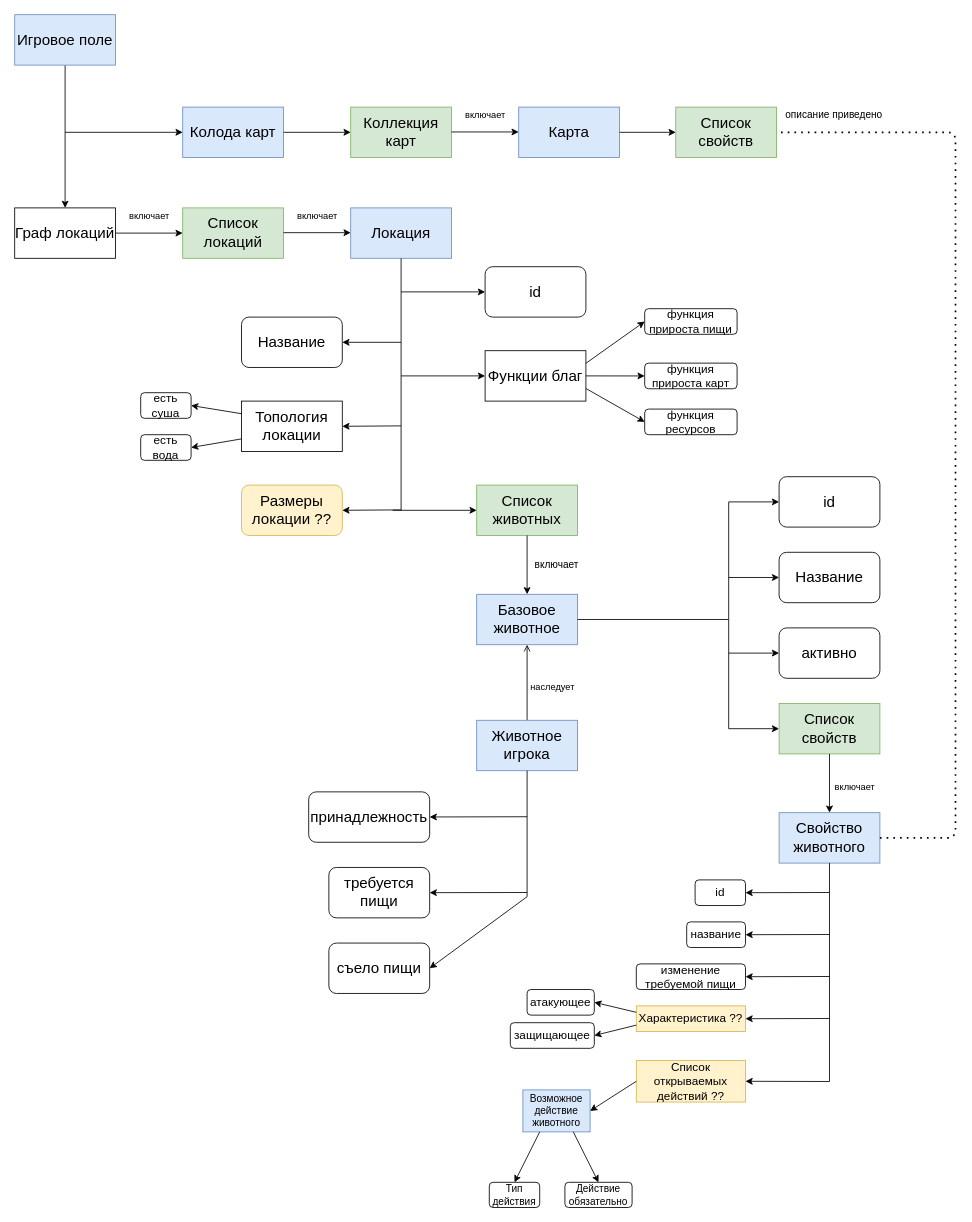
The draw.io diagram docs/utils/struct.drawio in Upgrowth-project/FieldManager, before the edit. Source tidied: cells renumbered, new cells numbered last; positions are measured from the earlier drawing's top-left corner, leaving out a move shared by most shapes. Both pictures are drawn from the tidied source at 84%, with x=0, y=0 at pixel (14, 14).
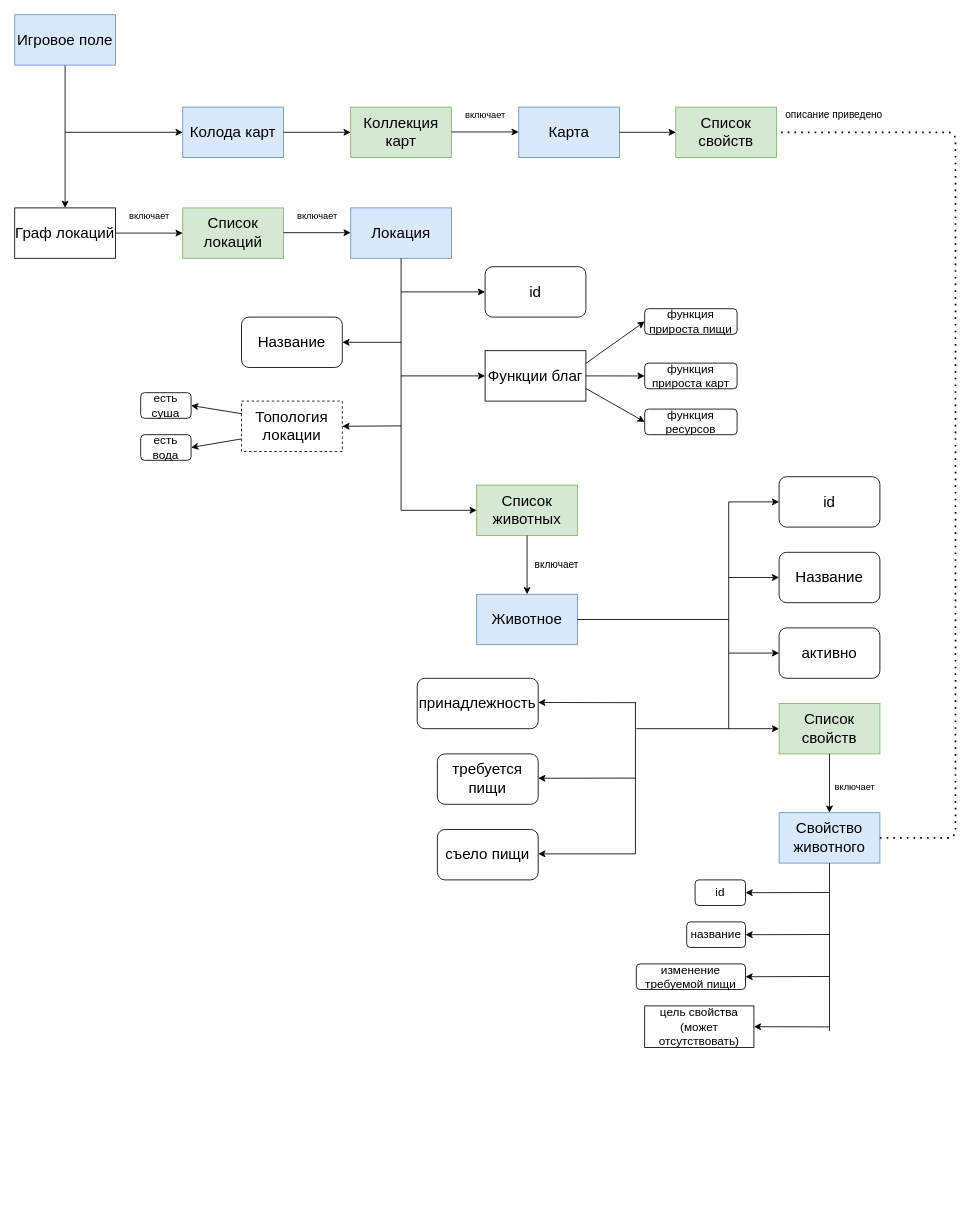
The same page after the edit.

The change refers to these unchanged cells:
```xml
<mxCell id="28" value="&lt;font style=&quot;font-size: 18px&quot;&gt;Список животных&lt;/font&gt;" style="rounded=0;whiteSpace=wrap;html=1;fillColor=#d5e8d4;strokeColor=#82b366;" parent="1" vertex="1">
  <mxGeometry x="550" y="560" width="120" height="60" as="geometry" />
</mxCell>
<mxCell id="44" value="&lt;font style=&quot;font-size: 18px&quot;&gt;Свойство животного&lt;/font&gt;" style="rounded=0;whiteSpace=wrap;html=1;fillColor=#dae8fc;strokeColor=#6c8ebf;" parent="1" vertex="1">
  <mxGeometry x="910" y="950" width="120" height="60" as="geometry" />
</mxCell>
```

What changed in the source:
```diff
@@
-    <mxCell id="12" value="&lt;font style=&quot;font-size: 18px&quot;&gt;Топология локации&lt;/font&gt;" style="rounded=0;whiteSpace=wrap;html=1;glass=0;" parent="1" vertex="1">
+    <mxCell id="12" value="&lt;font style=&quot;font-size: 18px&quot;&gt;Топология локации&lt;/font&gt;" style="rounded=0;whiteSpace=wrap;html=1;glass=0;dashed=1;" parent="1" vertex="1">
       <mxGeometry x="270" y="460" width="120" height="60" as="geometry" />
     </mxCell>
@@
-    <mxCell id="18" value="&lt;font style=&quot;font-size: 18px&quot;&gt;Размеры локации ??&lt;/font&gt;" style="rounded=1;whiteSpace=wrap;html=1;glass=0;fillColor=#fff2cc;strokeColor=#d6b656;" parent="1" vertex="1">
-      <mxGeometry x="270" y="560" width="120" height="60" as="geometry" />
-    </mxCell>
-    <mxCell id="19" style="endArrow=classic;html=1;entryX=1;entryY=0.5;entryDx=0;entryDy=0;" parent="1" edge="1">
-      <mxGeometry relative="1" as="geometry">
-        <mxPoint x="460" y="589.5" as="sourcePoint" />
-        <mxPoint x="390" y="590" as="targetPoint" />
-      </mxGeometry>
-    </mxCell>
@@
     <mxCell id="29" style="endArrow=classic;html=1;entryX=0;entryY=0.5;entryDx=0;entryDy=0;" parent="1" edge="1" target="28">
       <mxGeometry relative="1" as="geometry">
-        <mxPoint x="450" y="590" as="sourcePoint" />
+        <mxPoint x="460" y="590" as="sourcePoint" />
       </mxGeometry>
     </mxCell>
@@
-    <mxCell id="32" value="&lt;font style=&quot;font-size: 18px&quot;&gt;Базовое животное&lt;/font&gt;" style="rounded=0;whiteSpace=wrap;html=1;fillColor=#dae8fc;strokeColor=#6c8ebf;" parent="1" vertex="1">
+    <mxCell id="32" value="&lt;font style=&quot;font-size: 18px&quot;&gt;Животное&lt;/font&gt;" style="rounded=0;whiteSpace=wrap;html=1;fillColor=#dae8fc;strokeColor=#6c8ebf;" parent="1" vertex="1">
       <mxGeometry x="550" y="690" width="120" height="60" as="geometry" />
     </mxCell>
@@
     <mxCell id="45" style="endArrow=none;html=1;entryX=0.5;entryY=1;entryDx=0;entryDy=0;" parent="1" edge="1" target="44">
       <mxGeometry relative="1" as="geometry">
-        <mxPoint x="970" y="1270" as="sourcePoint" />
+        <mxPoint x="970" y="1210" as="sourcePoint" />
       </mxGeometry>
     </mxCell>
@@
-    <mxCell id="52" value="&lt;font style=&quot;font-size: 14px&quot;&gt;Характеристика ??&lt;/font&gt;" style="rounded=0;whiteSpace=wrap;html=1;fillColor=#fff2cc;strokeColor=#d6b656;" parent="1" vertex="1">
-      <mxGeometry x="740" y="1180" width="130" height="30.5" as="geometry" />
-    </mxCell>
-    <mxCell id="53" style="endArrow=classic;html=1;entryX=1;entryY=0.5;entryDx=0;entryDy=0;" parent="1" edge="1" target="52">
-      <mxGeometry relative="1" as="geometry">
-        <mxPoint x="970" y="1195" as="sourcePoint" />
-      </mxGeometry>
-    </mxCell>
-    <mxCell id="54" value="&lt;span style=&quot;font-size: 14px&quot;&gt;атакующее&lt;/span&gt;" style="rounded=1;whiteSpace=wrap;html=1;" parent="1" vertex="1">
-      <mxGeometry x="610" y="1160.5" width="80" height="30.5" as="geometry" />
-    </mxCell>
-    <mxCell id="55" value="&lt;font style=&quot;font-size: 14px&quot;&gt;защищающее&lt;/font&gt;" style="rounded=1;whiteSpace=wrap;html=1;" parent="1" vertex="1">
-      <mxGeometry x="590" y="1200" width="100" height="30.5" as="geometry" />
-    </mxCell>
-    <mxCell id="56" style="endArrow=classic;html=1;entryX=1;entryY=0.5;entryDx=0;entryDy=0;exitX=0;exitY=0.25;exitDx=0;exitDy=0;" parent="1" edge="1" source="52" target="54">
-      <mxGeometry relative="1" as="geometry" />
-    </mxCell>
-    <mxCell id="57" style="endArrow=classic;html=1;entryX=1;entryY=0.5;entryDx=0;entryDy=0;exitX=0;exitY=0.75;exitDx=0;exitDy=0;" parent="1" edge="1" source="52" target="55">
-      <mxGeometry relative="1" as="geometry" />
-    </mxCell>
-    <mxCell id="58" value="&lt;font style=&quot;font-size: 14px&quot;&gt;Список открываемых действий ??&lt;/font&gt;" style="rounded=0;whiteSpace=wrap;html=1;fillColor=#fff2cc;strokeColor=#d6b656;" parent="1" vertex="1">
-      <mxGeometry x="740" y="1245" width="130" height="49.5" as="geometry" />
+    <mxCell id="58" value="&lt;font style=&quot;font-size: 14px&quot;&gt;цель свойства (может отсутствовать)&lt;/font&gt;" style="rounded=0;whiteSpace=wrap;html=1;" parent="1" vertex="1">
+      <mxGeometry x="750" y="1180" width="130" height="49.5" as="geometry" />
     </mxCell>
     <mxCell id="59" style="endArrow=classic;html=1;entryX=1;entryY=0.5;entryDx=0;entryDy=0;" parent="1" edge="1" target="58">
       <mxGeometry relative="1" as="geometry">
-        <mxPoint x="970" y="1270" as="sourcePoint" />
+        <mxPoint x="970" y="1205" as="sourcePoint" />
       </mxGeometry>
     </mxCell>
-    <mxCell id="60" value="Возможное действие животного" style="rounded=0;whiteSpace=wrap;html=1;glass=0;fillColor=#dae8fc;strokeColor=#6c8ebf;" parent="1" vertex="1">
-      <mxGeometry x="605" y="1280" width="80" height="50" as="geometry" />
-    </mxCell>
-    <mxCell id="61" style="endArrow=classic;html=1;exitX=0;exitY=0.5;exitDx=0;exitDy=0;entryX=1;entryY=0.5;entryDx=0;entryDy=0;" parent="1" edge="1" source="58" target="60">
-      <mxGeometry relative="1" as="geometry" />
-    </mxCell>
-    <mxCell id="62" value="Тип действия" style="rounded=1;whiteSpace=wrap;html=1;glass=0;" parent="1" vertex="1">
-      <mxGeometry x="565" y="1390" width="60" height="30" as="geometry" />
-    </mxCell>
-    <mxCell id="63" value="Действие обязательно" style="rounded=1;whiteSpace=wrap;html=1;glass=0;" parent="1" vertex="1">
-      <mxGeometry x="655" y="1390" width="80" height="30" as="geometry" />
-    </mxCell>
-    <mxCell id="64" style="endArrow=classic;html=1;entryX=0.5;entryY=0;entryDx=0;entryDy=0;exitX=0.25;exitY=1;exitDx=0;exitDy=0;" parent="1" edge="1" source="60" target="62">
-      <mxGeometry relative="1" as="geometry" />
-    </mxCell>
-    <mxCell id="65" style="endArrow=classic;html=1;entryX=0.5;entryY=0;entryDx=0;entryDy=0;exitX=0.75;exitY=1;exitDx=0;exitDy=0;" parent="1" edge="1" source="60" target="63">
-      <mxGeometry relative="1" as="geometry" />
-    </mxCell>
-    <mxCell id="66" value="наследует" style="endArrow=open;html=1;entryX=0.5;entryY=1;entryDx=0;entryDy=0;endFill=0;" parent="1" edge="1" target="32">
-      <mxGeometry x="-0.11" y="-30" relative="1" as="geometry">
-        <mxPoint x="610" y="840" as="sourcePoint" />
-      </mxGeometry>
-    </mxCell>
-    <mxCell id="67" value="&lt;font style=&quot;font-size: 18px&quot;&gt;Животное игрока&lt;/font&gt;" style="rounded=0;whiteSpace=wrap;html=1;fillColor=#dae8fc;strokeColor=#6c8ebf;" parent="1" vertex="1">
-      <mxGeometry x="550" y="840" width="120" height="60" as="geometry" />
-    </mxCell>
-    <mxCell id="68" style="endArrow=none;html=1;strokeColor=#000000;entryX=0.5;entryY=1;entryDx=0;entryDy=0;" parent="1" edge="1" target="67">
+    <mxCell id="68" style="endArrow=none;html=1;strokeColor=#000000;" parent="1" edge="1">
       <mxGeometry relative="1" as="geometry">
-        <mxPoint x="610" y="1050" as="sourcePoint" />
+        <mxPoint x="739" y="999" as="sourcePoint" />
+        <mxPoint x="739" y="819" as="targetPoint" />
       </mxGeometry>
     </mxCell>
     <mxCell id="69" value="&lt;font style=&quot;font-size: 18px&quot;&gt;принадлежность&lt;/font&gt;" style="rounded=1;whiteSpace=wrap;html=1;" parent="1" vertex="1">
-      <mxGeometry x="350" y="925.2" width="144" height="60" as="geometry" />
+      <mxGeometry x="479.2" y="790" width="144" height="60" as="geometry" />
     </mxCell>
     <mxCell id="70" value="&lt;font style=&quot;font-size: 18px&quot;&gt;требуется пищи&lt;/font&gt;" style="rounded=1;whiteSpace=wrap;html=1;" parent="1" vertex="1">
-      <mxGeometry x="374" y="1015.2" width="120" height="60" as="geometry" />
+      <mxGeometry x="503.2" y="880" width="120" height="60" as="geometry" />
     </mxCell>
     <mxCell id="71" value="&lt;font style=&quot;font-size: 18px&quot;&gt;съело пищи&lt;/font&gt;" style="rounded=1;whiteSpace=wrap;html=1;" parent="1" vertex="1">
-      <mxGeometry x="374" y="1105.2" width="120" height="60" as="geometry" />
+      <mxGeometry x="503.2" y="970" width="120" height="60" as="geometry" />
     </mxCell>
-    <mxCell id="72" style="endArrow=classic;html=1;entryX=1;entryY=0.5;entryDx=0;entryDy=0;" parent="1" edge="1" target="71">
+    <mxCell id="72" style="endArrow=classic;html=1;entryX=1;entryY=0.5;entryDx=0;entryDy=0;" parent="1" edge="1">
       <mxGeometry relative="1" as="geometry">
-        <mxPoint x="610" y="1050" as="sourcePoint" />
+        <mxPoint x="739" y="999" as="sourcePoint" />
+        <mxPoint x="623.2" y="999" as="targetPoint" />
       </mxGeometry>
     </mxCell>
-    <mxCell id="73" style="endArrow=classic;html=1;entryX=1;entryY=0.5;entryDx=0;entryDy=0;" parent="1" edge="1" target="70">
+    <mxCell id="73" style="endArrow=classic;html=1;entryX=1;entryY=0.5;entryDx=0;entryDy=0;" parent="1" edge="1">
       <mxGeometry relative="1" as="geometry">
-        <mxPoint x="610" y="1045" as="sourcePoint" />
+        <mxPoint x="739.2" y="908.8" as="sourcePoint" />
+        <mxPoint x="623.2" y="909" as="targetPoint" />
       </mxGeometry>
     </mxCell>
     <mxCell id="74" style="endArrow=classic;html=1;entryX=1;entryY=0.5;entryDx=0;entryDy=0;" parent="1" edge="1">
       <mxGeometry relative="1" as="geometry">
-        <mxPoint x="610" y="954.8" as="sourcePoint" />
-        <mxPoint x="494" y="955.1" as="targetPoint" />
+        <mxPoint x="740" y="819" as="sourcePoint" />
+        <mxPoint x="623.2" y="818.8" as="targetPoint" />
       </mxGeometry>
     </mxCell>
@@
+    <mxCell id="87" style="endArrow=none;html=1;" parent="1" edge="1">
+      <mxGeometry relative="1" as="geometry">
+        <mxPoint x="740" y="850" as="sourcePoint" />
+        <mxPoint x="850" y="850" as="targetPoint" />
+      </mxGeometry>
+    </mxCell>
```
